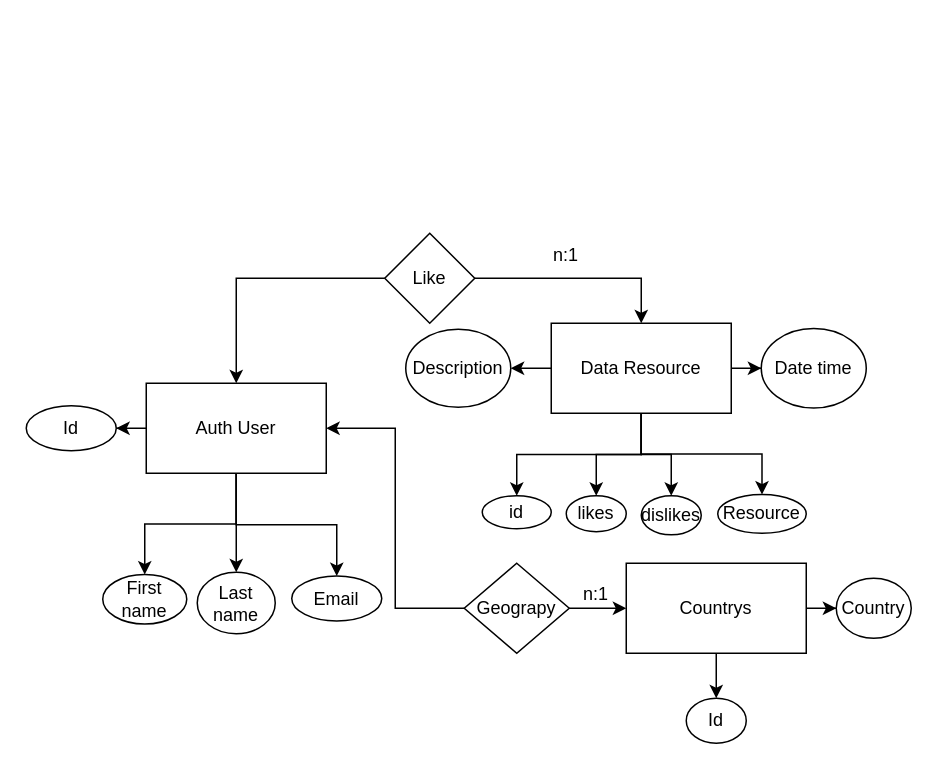
Earlier version of the draw.io diagram Diagrama sin título.drawio (Rich1308/Proyecto-Fashion-like). Source tidied: cells renumbered, new cells numbered last; positions are measured from the earlier drawing's top-left corner, leaving out a move shared by most shapes. Both pictures are drawn from the tidied source at 150%, with x=0, y=0 at pixel (26, 232).
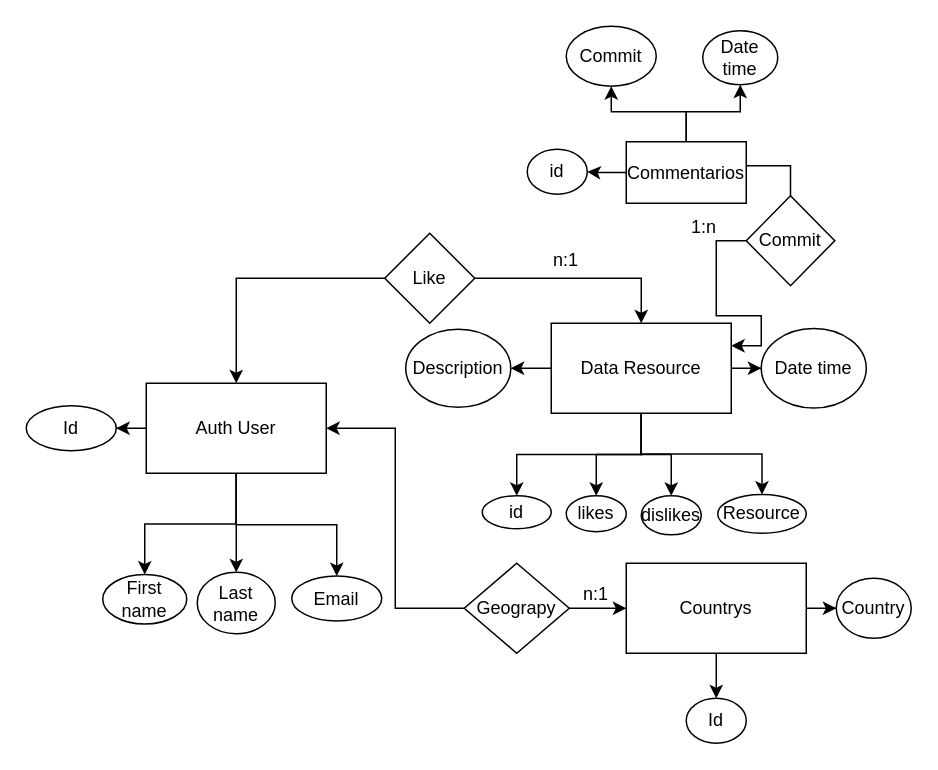
The same diagram, later.

Commit message:
Conceptual desing finished with commit.drawio

Unchanged cells that the change refers to:
```xml
<mxCell id="14" value="Data Resource" style="rounded=0;whiteSpace=wrap;html=1;" parent="1" vertex="1">
  <mxGeometry x="350" y="60" width="120" height="60" as="geometry" />
</mxCell>
```

The edit, as a diff of the source:
```diff
@@
     <mxCell id="22" value="n:1" style="text;html=1;strokeColor=none;fillColor=none;align=center;verticalAlign=middle;whiteSpace=wrap;rounded=0;" parent="1" vertex="1">
-      <mxGeometry x="330" width="60" height="30" as="geometry" />
+      <mxGeometry x="330" y="3" width="60" height="30" as="geometry" />
     </mxCell>
@@
+    <mxCell id="37" style="edgeStyle=orthogonalEdgeStyle;rounded=0;jettySize=auto;html=1;entryX=1;entryY=0.25;entryDx=0;entryDy=0;" parent="1" edge="1" source="39" target="14">
+      <mxGeometry relative="1" as="geometry" />
+    </mxCell>
+    <mxCell id="38" style="edgeStyle=orthogonalEdgeStyle;rounded=0;jettySize=auto;html=1;entryX=1;entryY=0.5;entryDx=0;entryDy=0;" parent="1" edge="1" source="39" target="44">
+      <mxGeometry relative="1" as="geometry" />
+    </mxCell>
+    <mxCell id="39" value="Commit" style="rhombus;whiteSpace=wrap;html=1;" parent="1" vertex="1">
+      <mxGeometry x="480" y="-25" width="59" height="60" as="geometry" />
+    </mxCell>
+    <mxCell id="40" value="1:n" style="text;html=1;strokeColor=none;fillColor=none;align=center;verticalAlign=middle;whiteSpace=wrap;rounded=0;" parent="1" vertex="1">
+      <mxGeometry x="422" y="-19" width="60" height="30" as="geometry" />
+    </mxCell>
+    <mxCell id="41" style="edgeStyle=orthogonalEdgeStyle;rounded=0;jettySize=auto;html=1;entryX=0.5;entryY=1;entryDx=0;entryDy=0;" parent="1" edge="1" source="44" target="46">
+      <mxGeometry relative="1" as="geometry" />
+    </mxCell>
+    <mxCell id="42" style="edgeStyle=orthogonalEdgeStyle;rounded=0;jettySize=auto;html=1;entryX=1;entryY=0.5;entryDx=0;entryDy=0;" parent="1" edge="1" source="44" target="45">
+      <mxGeometry relative="1" as="geometry" />
+    </mxCell>
+    <mxCell id="43" style="edgeStyle=orthogonalEdgeStyle;rounded=0;jettySize=auto;html=1;" parent="1" edge="1" source="44" target="47">
+      <mxGeometry relative="1" as="geometry" />
+    </mxCell>
+    <mxCell id="44" value="Commentarios" style="rounded=0;whiteSpace=wrap;html=1;" parent="1" vertex="1">
+      <mxGeometry x="400" y="-61" width="80" height="41" as="geometry" />
+    </mxCell>
+    <mxCell id="45" value="id" style="ellipse;whiteSpace=wrap;html=1;" parent="1" vertex="1">
+      <mxGeometry x="334" y="-56" width="40" height="30" as="geometry" />
+    </mxCell>
+    <mxCell id="46" value="Commit" style="ellipse;whiteSpace=wrap;html=1;" parent="1" vertex="1">
+      <mxGeometry x="360" y="-138" width="60" height="40" as="geometry" />
+    </mxCell>
+    <mxCell id="47" value="Date time" style="ellipse;whiteSpace=wrap;html=1;" parent="1" vertex="1">
+      <mxGeometry x="451" y="-135" width="50" height="36" as="geometry" />
+    </mxCell>
```
